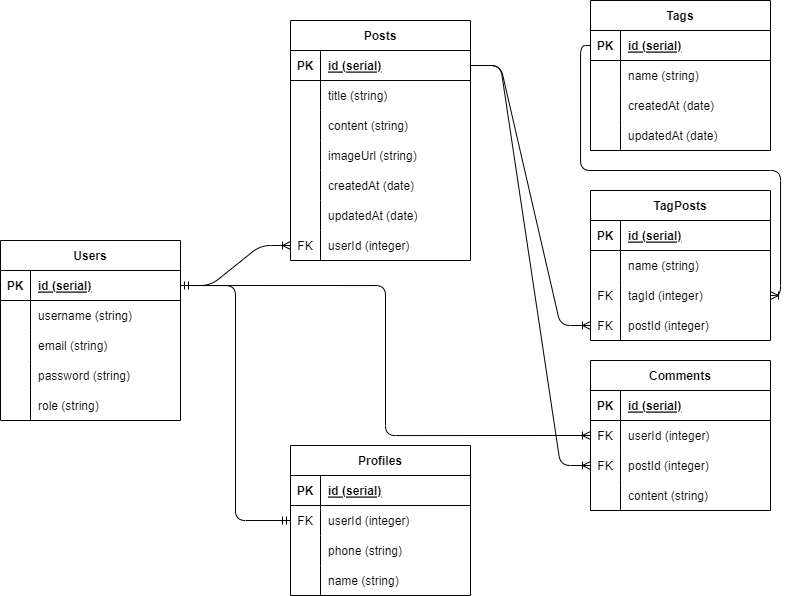
Before: schema.drawio.png, a diagram exported from draw.io (GunawanPuppy/socmedApps). Source tidied: cells renumbered, new cells last; positions are measured from the earlier drawing's top-left corner, leaving out a move shared by most shapes.
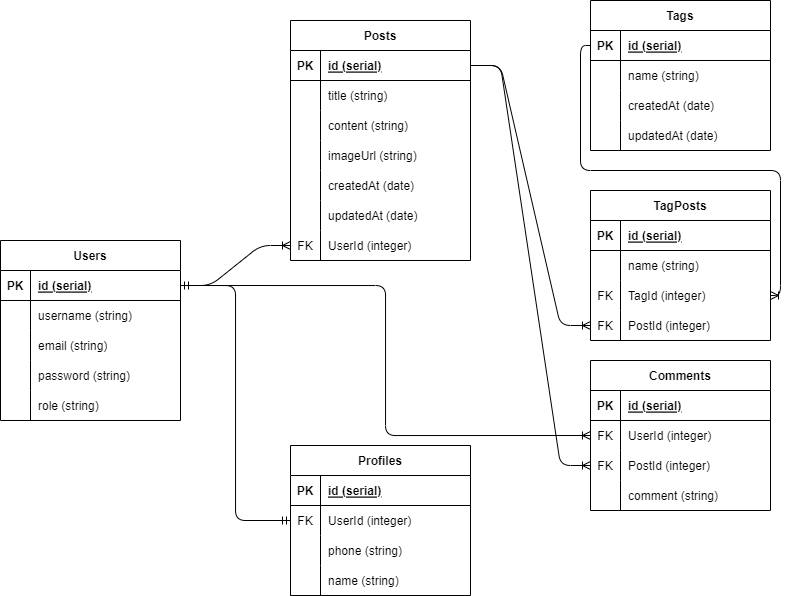
The same diagram one commit later.

Diff of the diagram source:
```diff
@@ -113,7 +113,7 @@
     <mxCell id="38" value="FK" style="shape=partialRectangle;fillColor=none;top=0;left=0;bottom=0;right=0;overflow=hidden;" parent="37" vertex="1">
       <mxGeometry width="30" height="30" as="geometry" />
     </mxCell>
-    <mxCell id="39" value="userId (integer)" style="shape=partialRectangle;fillColor=none;top=0;left=0;bottom=0;right=0;align=left;spacingLeft=6;overflow=hidden;" parent="37" vertex="1">
+    <mxCell id="39" value="UserId (integer)" style="shape=partialRectangle;fillColor=none;top=0;left=0;bottom=0;right=0;align=left;spacingLeft=6;overflow=hidden;" parent="37" vertex="1">
       <mxGeometry x="30" width="150" height="30" as="geometry" />
     </mxCell>
     <mxCell id="40" value="Tags" style="shape=table;startSize=30;rowLines=0;fontStyle=1;align=center;" parent="1" vertex="1">
@@ -173,7 +173,7 @@
     <mxCell id="58" value="FK" style="shape=partialRectangle;fillColor=none;top=0;left=0;bottom=0;right=0;overflow=hidden;" parent="57" vertex="1">
       <mxGeometry width="30" height="30" as="geometry" />
     </mxCell>
-    <mxCell id="59" value="userId (integer)" style="shape=partialRectangle;fillColor=none;top=0;left=0;bottom=0;right=0;align=left;spacingLeft=6;overflow=hidden;" parent="57" vertex="1">
+    <mxCell id="59" value="UserId (integer)" style="shape=partialRectangle;fillColor=none;top=0;left=0;bottom=0;right=0;align=left;spacingLeft=6;overflow=hidden;" parent="57" vertex="1">
       <mxGeometry x="30" width="150" height="30" as="geometry" />
     </mxCell>
     <mxCell id="60" style="shape=tableRow;horizontal=0;startSize=0;swimlaneHead=0;swimlaneBody=0;fillColor=none;points=[[0,0.5],[1,0.5]];portConstraint=eastwest;top=0;left=0;right=0;bottom=0;" parent="53" vertex="1">
@@ -182,7 +182,7 @@
     <mxCell id="61" value="FK" style="shape=partialRectangle;fillColor=none;top=0;left=0;bottom=0;right=0;overflow=hidden;" parent="60" vertex="1">
       <mxGeometry width="30" height="30" as="geometry" />
     </mxCell>
-    <mxCell id="62" value="postId (integer)" style="shape=partialRectangle;fillColor=none;top=0;left=0;bottom=0;right=0;align=left;spacingLeft=6;overflow=hidden;" parent="60" vertex="1">
+    <mxCell id="62" value="PostId (integer)" style="shape=partialRectangle;fillColor=none;top=0;left=0;bottom=0;right=0;align=left;spacingLeft=6;overflow=hidden;" parent="60" vertex="1">
       <mxGeometry x="30" width="150" height="30" as="geometry" />
     </mxCell>
     <mxCell id="63" style="shape=tableRow;horizontal=0;startSize=0;swimlaneHead=0;swimlaneBody=0;fillColor=none;top=0;left=0;right=0;bottom=0;" parent="53" vertex="1">
@@ -191,7 +191,7 @@
     <mxCell id="64" style="shape=partialRectangle;fillColor=none;top=0;left=0;bottom=0;right=0;overflow=hidden;" parent="63" vertex="1">
       <mxGeometry width="30" height="30" as="geometry" />
     </mxCell>
-    <mxCell id="65" value="content (string)" style="shape=partialRectangle;fillColor=none;top=0;left=0;bottom=0;right=0;align=left;spacingLeft=6;overflow=hidden;" parent="63" vertex="1">
+    <mxCell id="65" value="comment (string)" style="shape=partialRectangle;fillColor=none;top=0;left=0;bottom=0;right=0;align=left;spacingLeft=6;overflow=hidden;" parent="63" vertex="1">
       <mxGeometry x="30" width="150" height="30" as="geometry" />
     </mxCell>
     <mxCell id="66" style="edgeStyle=entityRelationEdgeStyle;fontSize=12;html=1;endArrow=ERoneToMany;exitX=1;exitY=0.5;exitDx=0;exitDy=0;entryX=0;entryY=0.5;entryDx=0;entryDy=0;" parent="1" edge="1" source="3" target="37">
@@ -215,7 +215,7 @@
     <mxCell id="72" value="FK" style="shape=partialRectangle;fillColor=none;top=0;left=0;bottom=0;right=0;overflow=hidden;" parent="71" vertex="1">
       <mxGeometry width="30" height="30" as="geometry" />
     </mxCell>
-    <mxCell id="73" value="userId (integer)" style="shape=partialRectangle;fillColor=none;top=0;left=0;bottom=0;right=0;align=left;spacingLeft=6;overflow=hidden;" parent="71" vertex="1">
+    <mxCell id="73" value="UserId (integer)" style="shape=partialRectangle;fillColor=none;top=0;left=0;bottom=0;right=0;align=left;spacingLeft=6;overflow=hidden;" parent="71" vertex="1">
       <mxGeometry x="30" width="150" height="30" as="geometry" />
     </mxCell>
     <mxCell id="74" style="shape=tableRow;horizontal=0;startSize=0;swimlaneHead=0;swimlaneBody=0;fillColor=none;top=0;left=0;right=0;bottom=0;" parent="67" vertex="1">
@@ -272,7 +272,7 @@
     <mxCell id="91" value="FK" style="shape=partialRectangle;fillColor=none;top=0;left=0;bottom=0;right=0;overflow=hidden;" parent="90" vertex="1">
       <mxGeometry width="30" height="30" as="geometry" />
     </mxCell>
-    <mxCell id="92" value="tagId (integer)" style="shape=partialRectangle;fillColor=none;top=0;left=0;bottom=0;right=0;align=left;spacingLeft=6;overflow=hidden;" parent="90" vertex="1">
+    <mxCell id="92" value="TagId (integer)" style="shape=partialRectangle;fillColor=none;top=0;left=0;bottom=0;right=0;align=left;spacingLeft=6;overflow=hidden;" parent="90" vertex="1">
       <mxGeometry x="30" width="150" height="30" as="geometry" />
     </mxCell>
     <mxCell id="93" style="shape=tableRow;horizontal=0;startSize=0;swimlaneHead=0;swimlaneBody=0;fillColor=none;points=[[0,0.5],[1,0.5]];portConstraint=eastwest;top=0;left=0;right=0;bottom=0;" parent="83" vertex="1">
@@ -281,7 +281,7 @@
     <mxCell id="94" value="FK" style="shape=partialRectangle;fillColor=none;top=0;left=0;bottom=0;right=0;overflow=hidden;" parent="93" vertex="1">
       <mxGeometry width="30" height="30" as="geometry" />
     </mxCell>
-    <mxCell id="95" value="postId (integer)" style="shape=partialRectangle;fillColor=none;top=0;left=0;bottom=0;right=0;align=left;spacingLeft=6;overflow=hidden;" parent="93" vertex="1">
+    <mxCell id="95" value="PostId (integer)" style="shape=partialRectangle;fillColor=none;top=0;left=0;bottom=0;right=0;align=left;spacingLeft=6;overflow=hidden;" parent="93" vertex="1">
       <mxGeometry x="30" width="150" height="30" as="geometry" />
     </mxCell>
     <mxCell id="96" style="edgeStyle=orthogonalEdgeStyle;fontSize=12;html=1;endArrow=ERoneToMany;exitX=0;exitY=0.5;exitDx=0;exitDy=0;entryX=1;entryY=0.5;entryDx=0;entryDy=0;" parent="1" edge="1" source="41" target="90">
```
